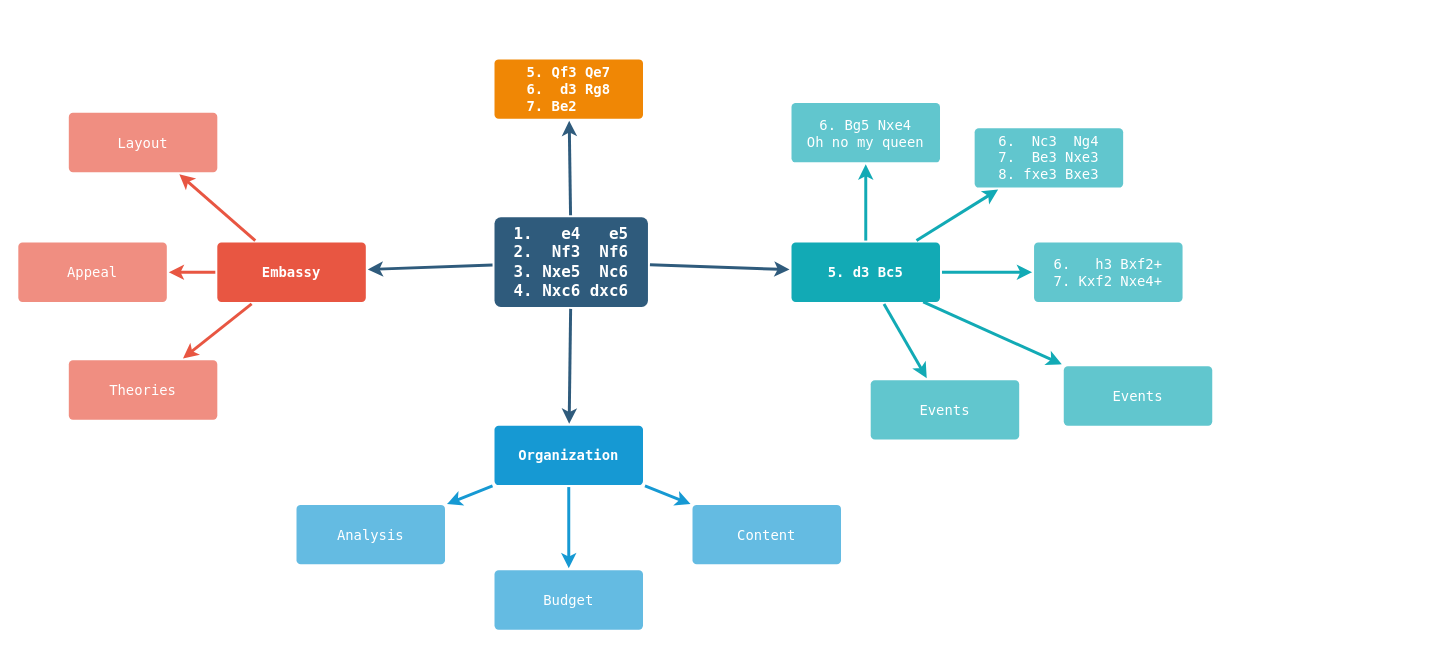
This is Untitled Diagram.drawio from xetenigune/endothermic-cretoxyrhina, a draw.io file, before an edit. Source tidied: cells renumbered, new cells numbered last; positions are measured from the earlier drawing's top-left corner, leaving out a move shared by most shapes. Both pictures are drawn from the tidied source at 99%, with x=0, y=0 at pixel (18, 58).
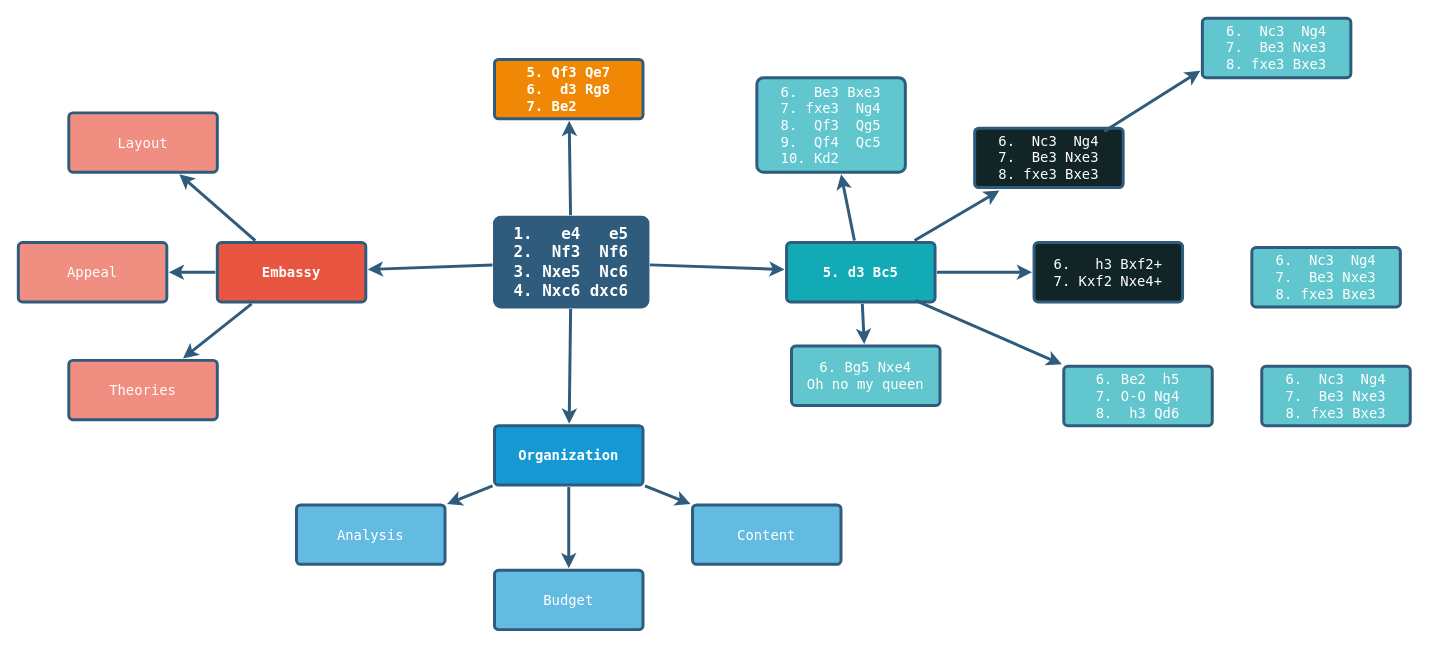
After the change.

Diff of the diagram source:
```diff
@@
-    <mxCell id="6" value="&lt;font&gt;1.&amp;nbsp; &amp;nbsp;e4&amp;nbsp; &amp;nbsp;e5&lt;br&gt;2.&amp;nbsp; Nf3&amp;nbsp; Nf6&lt;br&gt;3. Nxe5&amp;nbsp; Nc6&lt;br&gt;4. Nxc6 dxc6&lt;br&gt;&lt;/font&gt;" style="rounded=1;whiteSpace=wrap;html=1;shadow=0;labelBackgroundColor=none;strokeColor=none;strokeWidth=3;fillColor=#2F5B7C;fontFamily=Lucida Console;fontSize=16;fontColor=#FFFFFF;align=center;fontStyle=1;spacing=5;arcSize=7;perimeterSpacing=2;" parent="1" vertex="1">
+    <mxCell id="6" value="&lt;font&gt;1.&amp;nbsp; &amp;nbsp;e4&amp;nbsp; &amp;nbsp;e5&lt;br&gt;2.&amp;nbsp; Nf3&amp;nbsp; Nf6&lt;br&gt;3. Nxe5&amp;nbsp; Nc6&lt;br&gt;4. Nxc6 dxc6&lt;br&gt;&lt;/font&gt;" style="rounded=1;whiteSpace=wrap;html=1;shadow=0;labelBackgroundColor=none;strokeColor=#2F5B7C;strokeWidth=3;fillColor=#2F5B7C;fontFamily=Lucida Console;fontSize=16;fontColor=#FFFFFF;align=center;fontStyle=1;spacing=5;arcSize=7;perimeterSpacing=2;" parent="1" vertex="1">
       <mxGeometry x="481" y="160" width="155" height="90.5" as="geometry" />
     </mxCell>
-    <mxCell id="7" style="edgeStyle=none;rounded=1;jumpStyle=none;html=1;shadow=0;labelBackgroundColor=none;startArrow=none;startFill=0;jettySize=auto;strokeColor=#E85642;strokeWidth=3;fontFamily=Lucida Console;fontSize=14;fontColor=#FFFFFF;spacing=5;fontStyle=1;fillColor=#b0e3e6;" parent="1" edge="1" source="10" target="13">
+    <mxCell id="7" style="edgeStyle=none;rounded=1;jumpStyle=none;html=1;shadow=0;labelBackgroundColor=none;startArrow=none;startFill=0;jettySize=auto;strokeColor=#2F5B7C;strokeWidth=3;fontFamily=Lucida Console;fontSize=14;fontColor=#FFFFFF;spacing=5;fontStyle=1;fillColor=#b0e3e6;" parent="1" edge="1" source="10" target="13">
       <mxGeometry relative="1" as="geometry" />
     </mxCell>
-    <mxCell id="8" style="edgeStyle=none;rounded=1;jumpStyle=none;html=1;shadow=0;labelBackgroundColor=none;startArrow=none;startFill=0;jettySize=auto;strokeColor=#E85642;strokeWidth=3;fontFamily=Lucida Console;fontSize=14;fontColor=#FFFFFF;spacing=5;fontStyle=1;fillColor=#b0e3e6;" parent="1" edge="1" source="10" target="12">
+    <mxCell id="8" style="edgeStyle=none;rounded=1;jumpStyle=none;html=1;shadow=0;labelBackgroundColor=none;startArrow=none;startFill=0;jettySize=auto;strokeColor=#2F5B7C;strokeWidth=3;fontFamily=Lucida Console;fontSize=14;fontColor=#FFFFFF;spacing=5;fontStyle=1;fillColor=#b0e3e6;" parent="1" edge="1" source="10" target="12">
       <mxGeometry relative="1" as="geometry" />
     </mxCell>
-    <mxCell id="9" style="edgeStyle=none;rounded=1;jumpStyle=none;html=1;shadow=0;labelBackgroundColor=none;startArrow=none;startFill=0;jettySize=auto;strokeColor=#E85642;strokeWidth=3;fontFamily=Lucida Console;fontSize=14;fontColor=#FFFFFF;spacing=5;fontStyle=1;fillColor=#b0e3e6;" parent="1" edge="1" source="10" target="11">
+    <mxCell id="9" style="edgeStyle=none;rounded=1;jumpStyle=none;html=1;shadow=0;labelBackgroundColor=none;startArrow=none;startFill=0;jettySize=auto;strokeColor=#2F5B7C;strokeWidth=3;fontFamily=Lucida Console;fontSize=14;fontColor=#FFFFFF;spacing=5;fontStyle=1;fillColor=#b0e3e6;" parent="1" edge="1" source="10" target="11">
       <mxGeometry relative="1" as="geometry" />
     </mxCell>
-    <mxCell id="10" value="Embassy" style="rounded=1;whiteSpace=wrap;html=1;shadow=0;labelBackgroundColor=none;strokeColor=none;strokeWidth=3;fillColor=#e85642;fontFamily=Lucida Console;fontSize=14;fontColor=#FFFFFF;align=center;spacing=5;fontStyle=1;arcSize=7;perimeterSpacing=2;" parent="1" vertex="1">
+    <mxCell id="10" value="Embassy" style="rounded=1;whiteSpace=wrap;html=1;shadow=0;labelBackgroundColor=none;strokeColor=#2F5B7C;strokeWidth=3;fillColor=#e85642;fontFamily=Lucida Console;fontSize=14;fontColor=#FFFFFF;align=center;spacing=5;fontStyle=1;arcSize=7;perimeterSpacing=2;" parent="1" vertex="1">
       <mxGeometry x="201" y="185.5" width="150" height="60" as="geometry" />
     </mxCell>
-    <mxCell id="11" value="Theories" style="rounded=1;whiteSpace=wrap;html=1;shadow=0;labelBackgroundColor=none;strokeColor=none;strokeWidth=3;fillColor=#f08e81;fontFamily=Lucida Console;fontSize=14;fontColor=#FFFFFF;align=center;spacing=5;fontStyle=0;arcSize=7;perimeterSpacing=2;" parent="1" vertex="1">
+    <mxCell id="11" value="Theories" style="rounded=1;whiteSpace=wrap;html=1;shadow=0;labelBackgroundColor=none;strokeColor=#2F5B7C;strokeWidth=3;fillColor=#f08e81;fontFamily=Lucida Console;fontSize=14;fontColor=#FFFFFF;align=center;spacing=5;fontStyle=0;arcSize=7;perimeterSpacing=2;" parent="1" vertex="1">
       <mxGeometry x="51" y="304.5" width="150" height="60" as="geometry" />
     </mxCell>
-    <mxCell id="12" value="Appeal" style="rounded=1;whiteSpace=wrap;html=1;shadow=0;labelBackgroundColor=none;strokeColor=none;strokeWidth=3;fillColor=#f08e81;fontFamily=Lucida Console;fontSize=14;fontColor=#FFFFFF;align=center;spacing=5;fontStyle=0;arcSize=7;perimeterSpacing=2;" parent="1" vertex="1">
+    <mxCell id="12" value="Appeal" style="rounded=1;whiteSpace=wrap;html=1;shadow=0;labelBackgroundColor=none;strokeColor=#2F5B7C;strokeWidth=3;fillColor=#f08e81;fontFamily=Lucida Console;fontSize=14;fontColor=#FFFFFF;align=center;spacing=5;fontStyle=0;arcSize=7;perimeterSpacing=2;" parent="1" vertex="1">
       <mxGeometry y="185.5" width="150" height="60" as="geometry" />
     </mxCell>
-    <mxCell id="13" value="Layout" style="rounded=1;whiteSpace=wrap;html=1;shadow=0;labelBackgroundColor=none;strokeColor=none;strokeWidth=3;fillColor=#f08e81;fontFamily=Lucida Console;fontSize=14;fontColor=#FFFFFF;align=center;spacing=5;fontStyle=0;arcSize=7;perimeterSpacing=2;" parent="1" vertex="1">
+    <mxCell id="13" value="Layout" style="rounded=1;whiteSpace=wrap;html=1;shadow=0;labelBackgroundColor=none;strokeColor=#2F5B7C;strokeWidth=3;fillColor=#f08e81;fontFamily=Lucida Console;fontSize=14;fontColor=#FFFFFF;align=center;spacing=5;fontStyle=0;arcSize=7;perimeterSpacing=2;" parent="1" vertex="1">
       <mxGeometry x="51" y="54.5" width="150" height="60" as="geometry" />
     </mxCell>
-    <mxCell id="14" style="edgeStyle=none;rounded=0;jumpStyle=none;html=1;shadow=0;labelBackgroundColor=none;startArrow=none;startFill=0;endArrow=classic;endFill=1;jettySize=auto;strokeColor=#1699D3;strokeWidth=3;fontFamily=Lucida Console;fontSize=14;fontColor=#FFFFFF;spacing=5;" parent="1" edge="1" source="17" target="20">
+    <mxCell id="14" style="edgeStyle=none;rounded=0;jumpStyle=none;html=1;shadow=0;labelBackgroundColor=none;startArrow=none;startFill=0;endArrow=classic;endFill=1;jettySize=auto;strokeColor=#2F5B7C;strokeWidth=3;fontFamily=Lucida Console;fontSize=14;fontColor=#FFFFFF;spacing=5;" parent="1" edge="1" source="17" target="20">
       <mxGeometry relative="1" as="geometry" />
     </mxCell>
-    <mxCell id="15" style="edgeStyle=none;rounded=0;jumpStyle=none;html=1;shadow=0;labelBackgroundColor=none;startArrow=none;startFill=0;endArrow=classic;endFill=1;jettySize=auto;strokeColor=#1699D3;strokeWidth=3;fontFamily=Lucida Console;fontSize=14;fontColor=#FFFFFF;spacing=5;" parent="1" edge="1" source="17" target="19">
+    <mxCell id="15" style="edgeStyle=none;rounded=0;jumpStyle=none;html=1;shadow=0;labelBackgroundColor=none;startArrow=none;startFill=0;endArrow=classic;endFill=1;jettySize=auto;strokeColor=#2F5B7C;strokeWidth=3;fontFamily=Lucida Console;fontSize=14;fontColor=#FFFFFF;spacing=5;" parent="1" edge="1" source="17" target="19">
       <mxGeometry relative="1" as="geometry" />
     </mxCell>
-    <mxCell id="16" style="edgeStyle=none;rounded=0;jumpStyle=none;html=1;shadow=0;labelBackgroundColor=none;startArrow=none;startFill=0;endArrow=classic;endFill=1;jettySize=auto;strokeColor=#1699D3;strokeWidth=3;fontFamily=Lucida Console;fontSize=14;fontColor=#FFFFFF;spacing=5;" parent="1" edge="1" source="17" target="18">
+    <mxCell id="16" style="edgeStyle=none;rounded=0;jumpStyle=none;html=1;shadow=0;labelBackgroundColor=none;startArrow=none;startFill=0;endArrow=classic;endFill=1;jettySize=auto;strokeColor=#2F5B7C;strokeWidth=3;fontFamily=Lucida Console;fontSize=14;fontColor=#FFFFFF;spacing=5;" parent="1" edge="1" source="17" target="18">
       <mxGeometry relative="1" as="geometry" />
     </mxCell>
-    <mxCell id="17" value="Organization" style="rounded=1;whiteSpace=wrap;html=1;shadow=0;labelBackgroundColor=none;strokeColor=none;strokeWidth=3;fillColor=#1699d3;fontFamily=Lucida Console;fontSize=14;fontColor=#FFFFFF;align=center;spacing=5;fontStyle=1;arcSize=7;perimeterSpacing=2;" parent="1" vertex="1">
+    <mxCell id="17" value="Organization" style="rounded=1;whiteSpace=wrap;html=1;shadow=0;labelBackgroundColor=none;strokeColor=#2F5B7C;strokeWidth=3;fillColor=#1699d3;fontFamily=Lucida Console;fontSize=14;fontColor=#FFFFFF;align=center;spacing=5;fontStyle=1;arcSize=7;perimeterSpacing=2;" parent="1" vertex="1">
       <mxGeometry x="481" y="370.5" width="150" height="60" as="geometry" />
     </mxCell>
-    <mxCell id="18" value="Content" style="rounded=1;whiteSpace=wrap;html=1;shadow=0;labelBackgroundColor=none;strokeColor=none;strokeWidth=3;fillColor=#64bbe2;fontFamily=Lucida Console;fontSize=14;fontColor=#FFFFFF;align=center;spacing=5;arcSize=7;perimeterSpacing=2;" parent="1" vertex="1">
+    <mxCell id="18" value="Content" style="rounded=1;whiteSpace=wrap;html=1;shadow=0;labelBackgroundColor=none;strokeColor=#2F5B7C;strokeWidth=3;fillColor=#64bbe2;fontFamily=Lucida Console;fontSize=14;fontColor=#FFFFFF;align=center;spacing=5;arcSize=7;perimeterSpacing=2;" parent="1" vertex="1">
       <mxGeometry x="681" y="450.5" width="150" height="60" as="geometry" />
     </mxCell>
-    <mxCell id="19" value="Budget" style="rounded=1;whiteSpace=wrap;html=1;shadow=0;labelBackgroundColor=none;strokeColor=none;strokeWidth=3;fillColor=#64bbe2;fontFamily=Lucida Console;fontSize=14;fontColor=#FFFFFF;align=center;spacing=5;arcSize=7;perimeterSpacing=2;" parent="1" vertex="1">
+    <mxCell id="19" value="Budget" style="rounded=1;whiteSpace=wrap;html=1;shadow=0;labelBackgroundColor=none;strokeColor=#2F5B7C;strokeWidth=3;fillColor=#64bbe2;fontFamily=Lucida Console;fontSize=14;fontColor=#FFFFFF;align=center;spacing=5;arcSize=7;perimeterSpacing=2;" parent="1" vertex="1">
       <mxGeometry x="481" y="516.5" width="150" height="60" as="geometry" />
     </mxCell>
-    <mxCell id="20" value="Analysis" style="rounded=1;whiteSpace=wrap;html=1;shadow=0;labelBackgroundColor=none;strokeColor=none;strokeWidth=3;fillColor=#64bbe2;fontFamily=Lucida Console;fontSize=14;fontColor=#FFFFFF;align=center;spacing=5;arcSize=7;perimeterSpacing=2;" parent="1" vertex="1">
+    <mxCell id="20" value="Analysis" style="rounded=1;whiteSpace=wrap;html=1;shadow=0;labelBackgroundColor=none;strokeColor=#2F5B7C;strokeWidth=3;fillColor=#64bbe2;fontFamily=Lucida Console;fontSize=14;fontColor=#FFFFFF;align=center;spacing=5;arcSize=7;perimeterSpacing=2;" parent="1" vertex="1">
       <mxGeometry x="281" y="450.5" width="150" height="60" as="geometry" />
     </mxCell>
-    <mxCell id="21" value="5. Qf3 Qe7&lt;br&gt;6.&amp;nbsp; d3 Rg8&lt;br&gt;7. Be2&amp;nbsp; &amp;nbsp;&amp;nbsp;" style="rounded=1;whiteSpace=wrap;html=1;shadow=0;labelBackgroundColor=none;strokeColor=none;strokeWidth=3;fillColor=#F08705;fontFamily=Lucida Console;fontSize=14;fontColor=#FFFFFF;align=center;spacing=5;fontStyle=1;arcSize=7;perimeterSpacing=2;" parent="1" vertex="1">
+    <mxCell id="21" value="5. Qf3 Qe7&lt;br&gt;6.&amp;nbsp; d3 Rg8&lt;br&gt;7. Be2&amp;nbsp; &amp;nbsp;&amp;nbsp;" style="rounded=1;whiteSpace=wrap;html=1;shadow=0;labelBackgroundColor=none;strokeColor=#2F5B7C;strokeWidth=3;fillColor=#F08705;fontFamily=Lucida Console;fontSize=14;fontColor=#FFFFFF;align=center;spacing=5;fontStyle=1;arcSize=7;perimeterSpacing=2;" parent="1" vertex="1">
       <mxGeometry x="481" y="0.5" width="150" height="60" as="geometry" />
     </mxCell>
-    <mxCell id="22" value="5. d3 Bc5" style="rounded=1;whiteSpace=wrap;html=1;shadow=0;labelBackgroundColor=none;strokeColor=none;strokeWidth=3;fillColor=#12aab5;fontFamily=Lucida Console;fontSize=14;fontColor=#FFFFFF;align=center;spacing=5;fontStyle=1;arcSize=7;perimeterSpacing=2;" parent="1" vertex="1">
-      <mxGeometry x="781" y="185.5" width="150" height="60" as="geometry" />
+    <mxCell id="22" value="5. d3 Bc5" style="rounded=1;whiteSpace=wrap;html=1;shadow=0;labelBackgroundColor=none;strokeColor=#2F5B7C;strokeWidth=3;fillColor=#12aab5;fontFamily=Lucida Console;fontSize=14;fontColor=#FFFFFF;align=center;spacing=5;fontStyle=1;arcSize=7;perimeterSpacing=2;" parent="1" vertex="1">
+      <mxGeometry x="776" y="185.5" width="150" height="60" as="geometry" />
     </mxCell>
-    <mxCell id="23" value="Events" style="rounded=1;whiteSpace=wrap;html=1;shadow=0;labelBackgroundColor=none;strokeColor=none;strokeWidth=3;fillColor=#61c6ce;fontFamily=Lucida Console;fontSize=14;fontColor=#FFFFFF;align=center;spacing=5;fontStyle=0;arcSize=7;perimeterSpacing=2;" parent="1" vertex="1">
-      <mxGeometry x="861" y="324.5" width="150" height="60" as="geometry" />
+    <mxCell id="23" value="6.&amp;nbsp; Be3 Bxe3&lt;br&gt;7. fxe3&amp;nbsp; Ng4&lt;br&gt;8.&amp;nbsp; Qf3&amp;nbsp; Qg5&lt;br&gt;9.&amp;nbsp; Qf4&amp;nbsp; Qc5&lt;br&gt;10. Kd2&amp;nbsp; &amp;nbsp; &amp;nbsp;" style="rounded=1;whiteSpace=wrap;html=1;shadow=0;labelBackgroundColor=none;strokeColor=#2F5B7C;strokeWidth=3;fillColor=#61c6ce;fontFamily=Lucida Console;fontSize=14;fontColor=#FFFFFF;align=center;spacing=5;fontStyle=0;arcSize=7;perimeterSpacing=2;" parent="1" vertex="1">
+      <mxGeometry x="746" y="19" width="150" height="95.5" as="geometry" />
     </mxCell>
-    <mxCell id="24" style="edgeStyle=none;rounded=1;jumpStyle=none;html=1;shadow=0;labelBackgroundColor=none;startArrow=none;startFill=0;jettySize=auto;strokeColor=#12AAB5;strokeWidth=3;fontFamily=Lucida Console;fontSize=14;fontColor=#FFFFFF;spacing=5;fontStyle=1;fillColor=#b0e3e6;" parent="1" edge="1" source="22" target="23">
+    <mxCell id="24" style="edgeStyle=none;rounded=1;jumpStyle=none;html=1;shadow=0;labelBackgroundColor=none;startArrow=none;startFill=0;jettySize=auto;strokeColor=#2F5B7C;strokeWidth=3;fontFamily=Lucida Console;fontSize=14;fontColor=#FFFFFF;spacing=5;fontStyle=1;fillColor=#b0e3e6;" parent="1" edge="1" source="22" target="23">
       <mxGeometry relative="1" as="geometry" />
     </mxCell>
-    <mxCell id="25" value="6.&amp;nbsp; &amp;nbsp;h3 Bxf2+&lt;br&gt;7. Kxf2 Nxe4+" style="rounded=1;whiteSpace=wrap;html=1;shadow=0;labelBackgroundColor=none;strokeColor=none;strokeWidth=3;fillColor=#61c6ce;fontFamily=Lucida Console;fontSize=14;fontColor=#FFFFFF;align=center;spacing=5;fontStyle=0;arcSize=7;perimeterSpacing=2;" parent="1" vertex="1">
+    <mxCell id="25" value="6.&amp;nbsp; &amp;nbsp;h3 Bxf2+&lt;br&gt;7. Kxf2 Nxe4+" style="rounded=1;whiteSpace=wrap;html=1;shadow=0;labelBackgroundColor=none;strokeColor=#2F5B7C;strokeWidth=3;fillColor=#122526;fontFamily=Lucida Console;fontSize=14;fontColor=#FFFFFF;align=center;spacing=5;fontStyle=0;arcSize=7;perimeterSpacing=2;" parent="1" vertex="1">
       <mxGeometry x="1026" y="185.5" width="150" height="60" as="geometry" />
     </mxCell>
-    <mxCell id="26" style="edgeStyle=none;rounded=1;jumpStyle=none;html=1;shadow=0;labelBackgroundColor=none;startArrow=none;startFill=0;jettySize=auto;strokeColor=#12AAB5;strokeWidth=3;fontFamily=Lucida Console;fontSize=14;fontColor=#FFFFFF;spacing=5;fontStyle=1;fillColor=#b0e3e6;" parent="1" edge="1" source="22" target="25">
+    <mxCell id="26" style="edgeStyle=none;rounded=1;jumpStyle=none;html=1;shadow=0;labelBackgroundColor=none;startArrow=none;startFill=0;jettySize=auto;strokeColor=#2F5B7C;strokeWidth=3;fontFamily=Lucida Console;fontSize=14;fontColor=#FFFFFF;spacing=5;fontStyle=1;fillColor=#b0e3e6;" parent="1" edge="1" source="22" target="25">
       <mxGeometry relative="1" as="geometry" />
     </mxCell>
-    <mxCell id="27" value="6.&amp;nbsp; Nc3&amp;nbsp; Ng4&lt;br&gt;7.&amp;nbsp; Be3 Nxe3&lt;br&gt;8. fxe3 Bxe3" style="rounded=1;whiteSpace=wrap;html=1;shadow=0;labelBackgroundColor=none;strokeColor=none;strokeWidth=3;fillColor=#61c6ce;fontFamily=Lucida Console;fontSize=14;fontColor=#FFFFFF;align=center;spacing=5;fontStyle=0;arcSize=7;perimeterSpacing=2;" parent="1" vertex="1">
+    <mxCell id="27" value="6.&amp;nbsp; Nc3&amp;nbsp; Ng4&lt;br&gt;7.&amp;nbsp; Be3 Nxe3&lt;br&gt;8. fxe3 Bxe3" style="rounded=1;whiteSpace=wrap;html=1;shadow=0;labelBackgroundColor=none;strokeColor=#2F5B7C;strokeWidth=3;fillColor=#122526;fontFamily=Lucida Console;fontSize=14;fontColor=#FFFFFF;align=center;spacing=5;fontStyle=0;arcSize=7;perimeterSpacing=2;" parent="1" vertex="1">
       <mxGeometry x="966" y="70" width="150" height="60" as="geometry" />
     </mxCell>
-    <mxCell id="28" style="edgeStyle=none;rounded=1;jumpStyle=none;html=1;shadow=0;labelBackgroundColor=none;startArrow=none;startFill=0;jettySize=auto;strokeColor=#12AAB5;strokeWidth=3;fontFamily=Lucida Console;fontSize=14;fontColor=#FFFFFF;spacing=5;fontStyle=1;fillColor=#b0e3e6;" parent="1" edge="1" source="22" target="27">
+    <mxCell id="28" style="edgeStyle=none;rounded=1;jumpStyle=none;html=1;shadow=0;labelBackgroundColor=none;startArrow=none;startFill=0;jettySize=auto;strokeColor=#2F5B7C;strokeWidth=3;fontFamily=Lucida Console;fontSize=14;fontColor=#FFFFFF;spacing=5;fontStyle=1;fillColor=#b0e3e6;entryX=0.175;entryY=1.016;entryDx=0;entryDy=0;entryPerimeter=0;" parent="1" edge="1" source="22" target="27">
       <mxGeometry relative="1" as="geometry" />
     </mxCell>
-    <mxCell id="29" value="6. Bg5 Nxe4&lt;br&gt;Oh no my queen" style="rounded=1;whiteSpace=wrap;html=1;shadow=0;labelBackgroundColor=none;strokeColor=none;strokeWidth=3;fillColor=#61c6ce;fontFamily=Lucida Console;fontSize=14;fontColor=#FFFFFF;align=center;spacing=5;fontStyle=0;arcSize=7;perimeterSpacing=2;" parent="1" vertex="1">
-      <mxGeometry x="781" y="44.5" width="150" height="60" as="geometry" />
+    <mxCell id="29" value="6. Bg5 Nxe4&lt;br&gt;Oh no my queen" style="rounded=1;whiteSpace=wrap;html=1;shadow=0;labelBackgroundColor=none;strokeColor=#2F5B7C;strokeWidth=3;fillColor=#61c6ce;fontFamily=Lucida Console;fontSize=14;fontColor=#FFFFFF;align=center;spacing=5;fontStyle=0;arcSize=7;perimeterSpacing=2;fillStyle=auto;" parent="1" vertex="1">
+      <mxGeometry x="781" y="290" width="150" height="60" as="geometry" />
     </mxCell>
-    <mxCell id="30" style="edgeStyle=none;rounded=1;jumpStyle=none;html=1;shadow=0;labelBackgroundColor=none;startArrow=none;startFill=0;jettySize=auto;strokeColor=#12AAB5;strokeWidth=3;fontFamily=Lucida Console;fontSize=14;fontColor=#FFFFFF;spacing=5;fontStyle=1;fillColor=#b0e3e6;" parent="1" edge="1" source="22" target="29">
+    <mxCell id="30" style="edgeStyle=none;rounded=1;jumpStyle=none;html=1;shadow=0;labelBackgroundColor=none;startArrow=none;startFill=0;jettySize=auto;strokeColor=#2F5B7C;strokeWidth=3;fontFamily=Lucida Console;fontSize=14;fontColor=#FFFFFF;spacing=5;fontStyle=1;fillColor=#b0e3e6;" parent="1" edge="1" source="22" target="29">
       <mxGeometry relative="1" as="geometry" />
     </mxCell>
-    <mxCell id="31" value="Events" style="rounded=1;whiteSpace=wrap;html=1;shadow=0;labelBackgroundColor=none;strokeColor=none;strokeWidth=3;fillColor=#61c6ce;fontFamily=Lucida Console;fontSize=14;fontColor=#FFFFFF;align=center;spacing=5;fontStyle=0;arcSize=7;perimeterSpacing=2;" parent="1" vertex="1">
+    <mxCell id="31" value="6. Be2&amp;nbsp; h5&lt;br&gt;7. O-O Ng4&lt;br&gt;8.&amp;nbsp; h3 Qd6" style="rounded=1;whiteSpace=wrap;html=1;shadow=0;labelBackgroundColor=none;strokeColor=#2F5B7C;strokeWidth=3;fillColor=#61c6ce;fontFamily=Lucida Console;fontSize=14;fontColor=#FFFFFF;align=center;spacing=5;fontStyle=0;arcSize=7;perimeterSpacing=2;" parent="1" vertex="1">
       <mxGeometry x="1056" y="310.5" width="150" height="60" as="geometry" />
     </mxCell>
-    <mxCell id="32" style="edgeStyle=none;rounded=1;jumpStyle=none;html=1;shadow=0;labelBackgroundColor=none;startArrow=none;startFill=0;jettySize=auto;strokeColor=#12AAB5;strokeWidth=3;fontFamily=Lucida Console;fontSize=14;fontColor=#FFFFFF;spacing=5;fontStyle=1;fillColor=#b0e3e6;entryX=0;entryY=0;entryDx=0;entryDy=0;" parent="1" edge="1" target="31">
-      <mxGeometry relative="1" as="geometry">
-        <mxPoint x="914" y="245.5" as="sourcePoint" />
-      </mxGeometry>
+    <mxCell id="32" style="edgeStyle=none;rounded=1;jumpStyle=none;html=1;shadow=0;labelBackgroundColor=none;startArrow=none;startFill=0;jettySize=auto;strokeColor=#2F5B7C;strokeWidth=3;fontFamily=Lucida Console;fontSize=14;fontColor=#FFFFFF;spacing=5;fontStyle=1;fillColor=#b0e3e6;entryX=0;entryY=0;entryDx=0;entryDy=0;exitX=0.857;exitY=0.945;exitDx=0;exitDy=0;exitPerimeter=0;" parent="1" edge="1" source="22" target="31">
+      <mxGeometry relative="1" as="geometry" />
     </mxCell>
+    <mxCell id="33" value="6.&amp;nbsp; Nc3&amp;nbsp; Ng4&lt;br&gt;7.&amp;nbsp; Be3 Nxe3&lt;br&gt;8. fxe3 Bxe3" style="rounded=1;whiteSpace=wrap;html=1;shadow=0;labelBackgroundColor=none;strokeColor=#2F5B7C;strokeWidth=3;fillColor=#61c6ce;fontFamily=Lucida Console;fontSize=14;fontColor=#FFFFFF;align=center;spacing=5;fontStyle=0;arcSize=7;perimeterSpacing=2;" parent="1" vertex="1">
+      <mxGeometry x="1196" y="-41" width="150" height="60" as="geometry" />
+    </mxCell>
+    <mxCell id="34" value="6.&amp;nbsp; Nc3&amp;nbsp; Ng4&lt;br&gt;7.&amp;nbsp; Be3 Nxe3&lt;br&gt;8. fxe3 Bxe3" style="rounded=1;whiteSpace=wrap;html=1;shadow=0;labelBackgroundColor=none;strokeColor=#2F5B7C;strokeWidth=3;fillColor=#61c6ce;fontFamily=Lucida Console;fontSize=14;fontColor=#FFFFFF;align=center;spacing=5;fontStyle=0;arcSize=7;perimeterSpacing=2;" parent="1" vertex="1">
+      <mxGeometry x="1246" y="190.5" width="150" height="60" as="geometry" />
+    </mxCell>
+    <mxCell id="35" value="6.&amp;nbsp; Nc3&amp;nbsp; Ng4&lt;br&gt;7.&amp;nbsp; Be3 Nxe3&lt;br&gt;8. fxe3 Bxe3" style="rounded=1;whiteSpace=wrap;html=1;shadow=0;labelBackgroundColor=none;strokeColor=#2F5B7C;strokeWidth=3;fillColor=#61c6ce;fontFamily=Lucida Console;fontSize=14;fontColor=#FFFFFF;align=center;spacing=5;fontStyle=0;arcSize=7;perimeterSpacing=2;" parent="1" vertex="1">
+      <mxGeometry x="1256" y="310.5" width="150" height="60" as="geometry" />
+    </mxCell>
+    <mxCell id="36" style="edgeStyle=none;rounded=1;jumpStyle=none;html=1;shadow=0;labelBackgroundColor=none;startArrow=none;startFill=0;jettySize=auto;strokeColor=#2F5B7C;strokeWidth=3;fontFamily=Lucida Console;fontSize=14;fontColor=#FFFFFF;spacing=5;fontStyle=1;fillColor=#b0e3e6;entryX=0;entryY=0.859;entryDx=0;entryDy=0;entryPerimeter=0;exitX=0.864;exitY=0.078;exitDx=0;exitDy=0;exitPerimeter=0;" parent="1" edge="1" source="27" target="33">
+      <mxGeometry relative="1" as="geometry" />
+    </mxCell>
```
